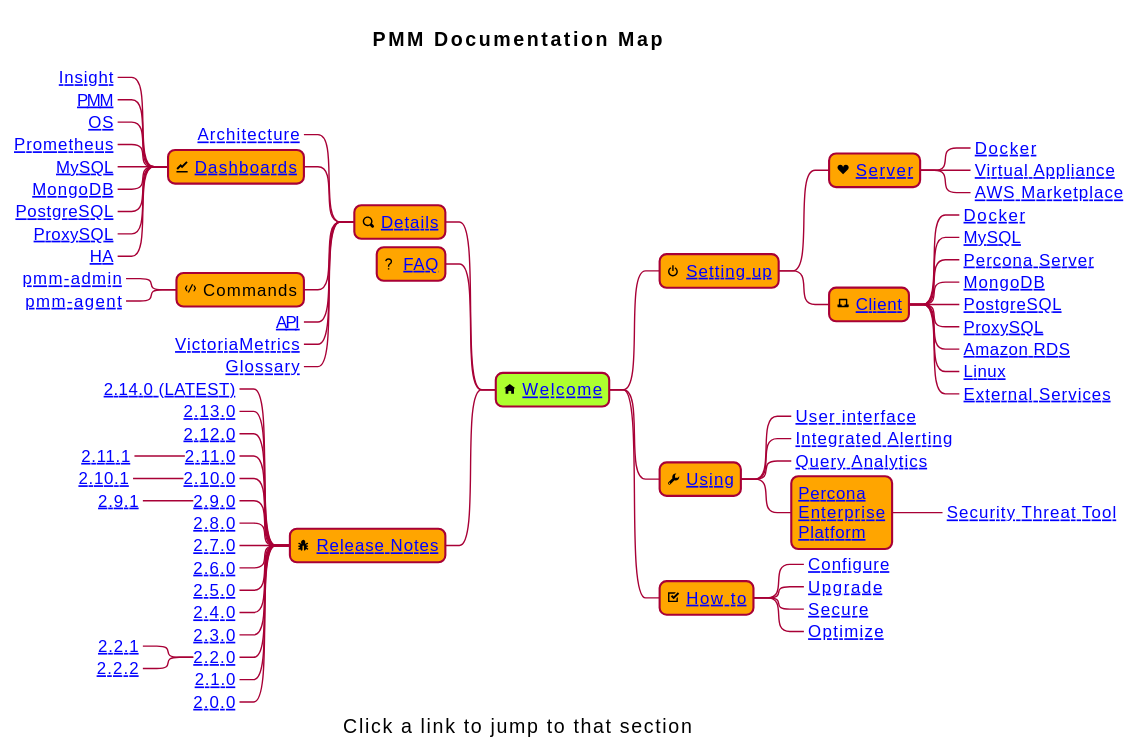
The PlantUML diagram 2.x/_images/PMM_Documentation_Map.svg in percona/pmm-doc, before a commit. Source of this version:
```plantuml
@startmindmap "PMM_Documentation_Map"
title PMM Documentation Map
caption Click a link to jump to that section
skinparam Shadowing false
<style>
mindmapDiagram {
  node {
    FontSize 12
    BackgroundColor Orange
    RoundCorner 10
    Padding 5
    Margin 3
  }
}
</style>

!$base = "https://www.percona.com/doc/percona-monitoring-and-management/2.x"
!$base = ".."

*[#GreenYellow] <&home> [[$base/index.html Welcome]]
	* <&power-standby> [[$base/setting-up/ Setting up]]
		* <&heart> [[$base/setting-up/server/ Server]]
			*_ [[$base/setting-up/server/docker.html Docker]]
			*_ [[$base/setting-up/server/virtual-appliance.html Virtual Appliance]]
			*_ [[$base/setting-up/server/aws.html AWS Marketplace]]
		* <&laptop> [[$base/setting-up/client/ Client]]
			*_ [[$base/setting-up/client/docker.html Docker]]
			*_ [[$base/setting-up/client/mysql.html MySQL]]
			*_ [[$base/setting-up/client/percona-server.html Percona Server]]
			*_ [[$base/setting-up/client/mongodb.html MongoDB]]
			*_ [[$base/setting-up/client/postgresql.html PostgreSQL]]
			*_ [[$base/setting-up/client/proxysql.html ProxySQL]]
			*_ [[$base/setting-up/client/aws.html Amazon RDS]]
			*_ [[$base/setting-up/client/linux.html Linux]]
			*_ [[$base/setting-up/client/external.html External Services]]
	* <&wrench> [[$base/using/ Using]]
		*_ [[$base/using/interface.html User interface]]
		*_ [[$base/using/alerting.html Integrated Alerting]]
		*_ [[$base/using/query-analytics.html Query Analytics]]
		* [[$base/using/platform/  Percona\nEnterprise\nPlatform]]
			*_ [[$base/using/platform/security-threat-tool.html Security Threat Tool]]
	* <&task> [[$base/how-to/ How to]]
		*_ [[$base/how-to/configure.html Configure]]
		*_ [[$base/how-to/upgrade.html Upgrade]]
		*_ [[$base/how-to/secure.html Secure]]
		*_ [[$base/how-to/optimize.html Optimize]]

left side

	* <&magnifying-glass> [[$base/details/ Details]]
		*_ [[$base/details/architecture.html Architecture]]
		* <&graph> [[$base/details/dashboards/ Dashboards]]
			*_ [[$base/details/dashboards/index.html#insight Insight]]
			*_ [[$base/details/dashboards/index.html#pmm PMM]]
			*_ [[$base/details/dashboards/index.html#os-dashboards OS]]
			*_ [[$base/details/dashboards/index.html#prometheus-dashboards Prometheus]]
			*_ [[$base/details/dashboards/index.html#mysql-dashboards MySQL]]
			*_ [[$base/details/dashboards/index.html#mongodb-dashboards MongoDB]]
			*_ [[$base/details/dashboards/index.html#postgresql-dashboards PostgreSQL]]
			*_ [[$base/details/dashboards/index.html#proxysql-dashboards ProxySQL]]
			*_ [[$base/details/dashboards/index.html#ha-dashboards HA]]
		* <&code> Commands
			*_ [[$base/details/commands/pmm-admin.html pmm-admin]]
			*_ [[$base/details/commands/pmm-agent.html pmm-agent]]
		*_ [[$base/details/api.html API]]
		*_ [[$base/details/victoria-metrics.html VictoriaMetrics]]
		*_ [[$base/details/glossary.html Glossary]]
	* <&question-mark> [[$base/faq.html FAQ]]
	* <&bug> [[$base/release-notes/ Release Notes]]
		*_ [[$base/release-notes/2.14.0.html 2.14.0 (LATEST)]]
		*_ [[$base/release-notes/2.13.0.html 2.13.0]]
		*_ [[$base/release-notes/2.12.0.html 2.12.0]]
		*_ [[$base/release-notes/2.11.0.html 2.11.0]]
			*_ [[$base/release-notes/2.11.1.html 2.11.1]]
		*_ [[$base/release-notes/2.10.0.html 2.10.0]]
			*_ [[$base/release-notes/2.10.1.html 2.10.1]]
		*_ [[$base/release-notes/2.9.0.html 2.9.0]]
			*_ [[$base/release-notes/2.9.1.html 2.9.1]]
		*_ [[$base/release-notes/2.8.0.html 2.8.0]]
		*_ [[$base/release-notes/2.7.0.html 2.7.0]]
		*_ [[$base/release-notes/2.6.0.html 2.6.0]]
		*_ [[$base/release-notes/2.5.0.html 2.5.0]]
		*_ [[$base/release-notes/2.4.0.html 2.4.0]]
		*_ [[$base/release-notes/2.3.0.html 2.3.0]]
		*_ [[$base/release-notes/2.2.0.html 2.2.0]]
			*_ [[$base/release-notes/2.2.1.html 2.2.1]]
			*_ [[$base/release-notes/2.2.2.html 2.2.2]]
		*_ [[$base/release-notes/2.1.0.html 2.1.0]]
		*_ [[$base/release-notes/2.0.0.html 2.0.0]]
@endmindmap
```
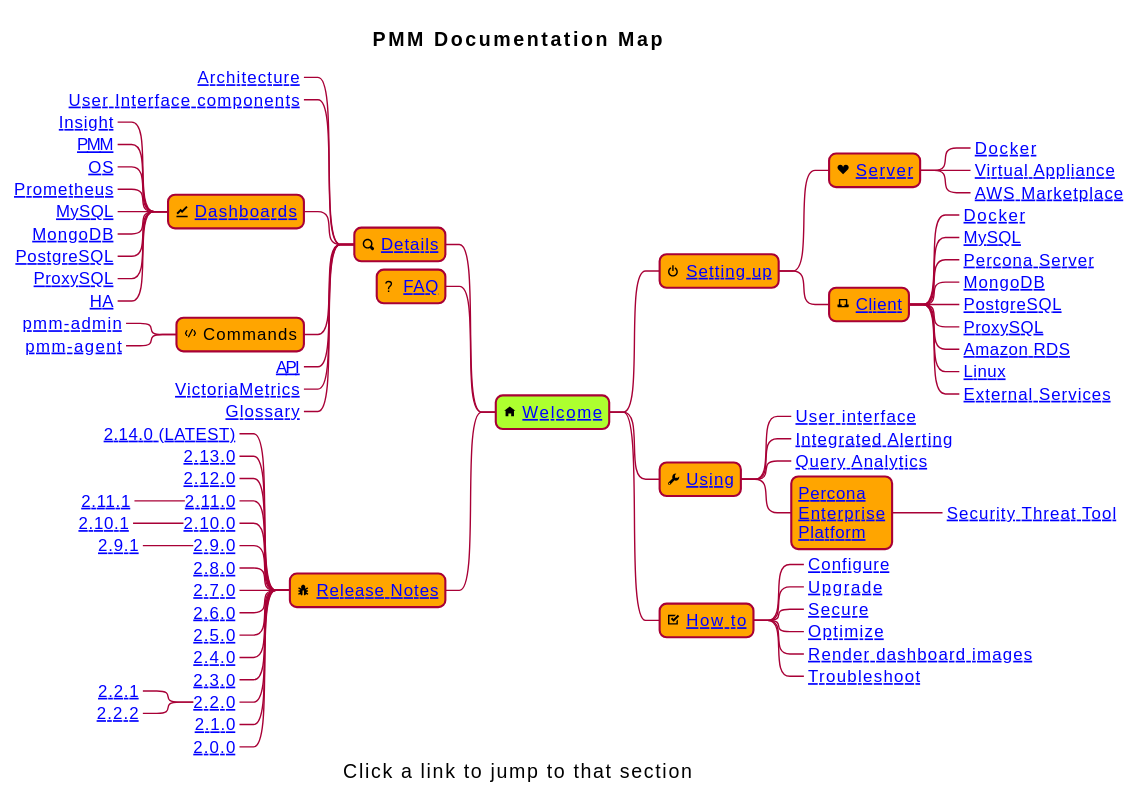
Above is the later version.

What changed in the source:
```diff
@@ -14,7 +14,6 @@
 }
 </style>
 
-!$base = "https://www.percona.com/doc/percona-monitoring-and-management/2.x"
 !$base = ".."
 
 *[#GreenYellow] <&home> [[$base/index.html Welcome]]
@@ -44,11 +43,14 @@
 		*_ [[$base/how-to/upgrade.html Upgrade]]
 		*_ [[$base/how-to/secure.html Secure]]
 		*_ [[$base/how-to/optimize.html Optimize]]
+		*_ [[$base/how-to/render-dashboard-images.html Render dashboard images]]
+		*_ [[$base/how-to/troubleshoot.html Troubleshoot]]
 
 left side
 
 	* <&magnifying-glass> [[$base/details/ Details]]
 		*_ [[$base/details/architecture.html Architecture]]
+		*_ [[$base/details/interface.html User Interface components]]
 		* <&graph> [[$base/details/dashboards/ Dashboards]]
 			*_ [[$base/details/dashboards/index.html#insight Insight]]
 			*_ [[$base/details/dashboards/index.html#pmm PMM]]
```
